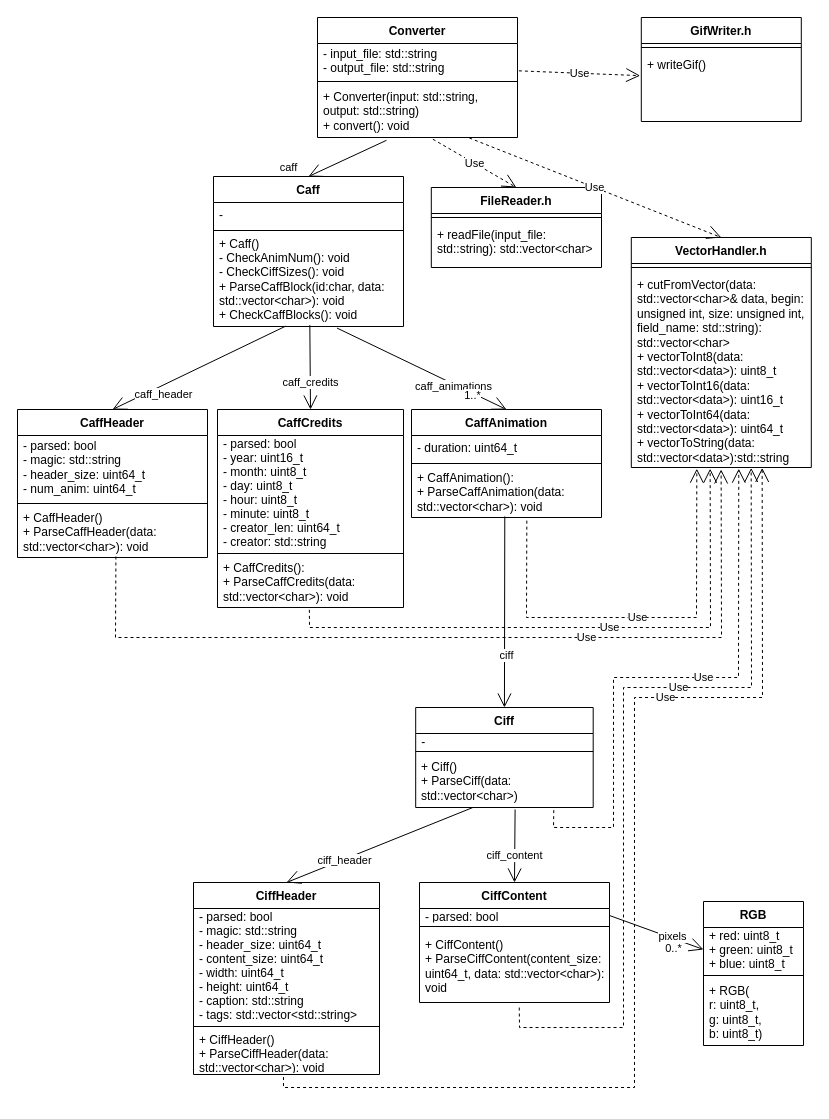
The draw.io diagram backend/src/parser/docs/parser.drawio in PetoAdam/caffstore, before the edit. Source tidied: cells renumbered, new cells numbered last; positions are measured from the earlier drawing's top-left corner, leaving out a move shared by most shapes. Both pictures are drawn from the tidied source at 100%, with x=0, y=0 at pixel (17, 17).
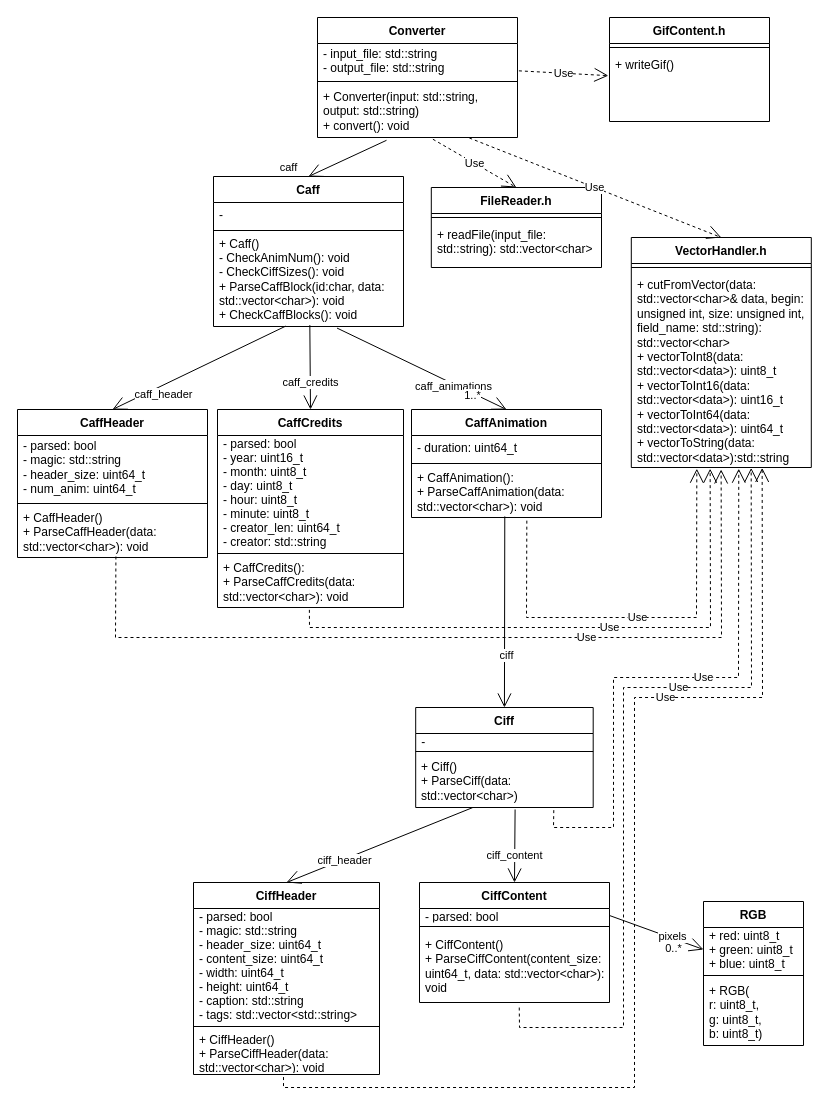
After the change.

The edit, as a diff of the source:
```diff
@@
-    <mxCell id="70" value="GifWriter.h" style="swimlane;fontStyle=1;align=center;verticalAlign=top;horizontal=1;startSize=26;" parent="1" vertex="1">
-      <mxGeometry x="623.8" width="160" height="104" as="geometry" />
+    <mxCell id="70" value="GifContent.h" style="swimlane;fontStyle=1;align=center;verticalAlign=top;horizontal=1;startSize=26;" parent="1" vertex="1">
+      <mxGeometry x="592" width="160" height="104" as="geometry" />
     </mxCell>
```
